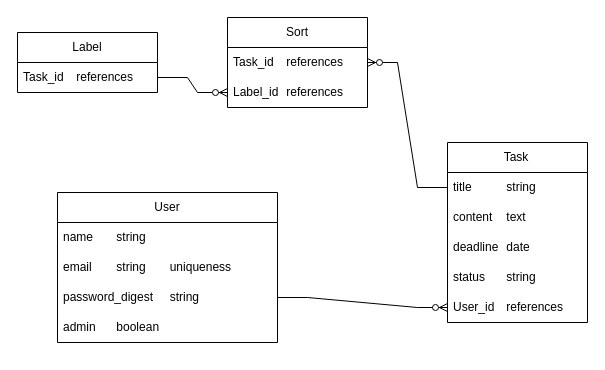
This is docs/manyokadai.drawio from rrkrgft/to_do, a draw.io file, before an edit. Source tidied: cells renumbered, new cells numbered last; positions are measured from the earlier drawing's top-left corner, leaving out a move shared by most shapes. Both pictures are drawn from the tidied source at 100%, with x=0, y=0 at pixel (17, 17).
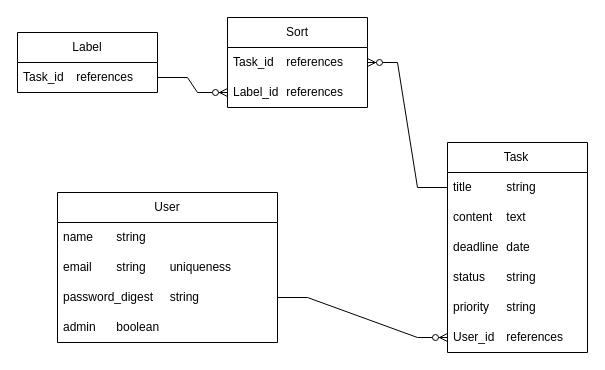
The same diagram, later.

What changed in the source:
```diff
@@
     <mxCell id="7" value="Task&lt;span style=&quot;white-space: pre;&quot;&gt;&#9;&lt;/span&gt;" style="swimlane;fontStyle=0;horizontal=1;startSize=30;whiteSpace=wrap;html=1;" parent="1" vertex="1">
-      <mxGeometry x="430" y="125" width="140" height="180" as="geometry" />
+      <mxGeometry x="430" y="125" width="140" height="210" as="geometry" />
     </mxCell>
@@
+    <mxCell id="21" value="priority&lt;span style=&quot;white-space: pre;&quot;&gt;&#9;&lt;/span&gt;string" style="text;strokeColor=none;fillColor=none;align=left;verticalAlign=middle;spacingLeft=4;spacingRight=4;overflow=hidden;whiteSpace=wrap;html=1;" parent="7" vertex="1">
+      <mxGeometry y="150" width="140" height="30" as="geometry" />
+    </mxCell>
     <mxCell id="12" value="User_id&lt;span style=&quot;white-space: pre;&quot;&gt;&#9;&lt;/span&gt;references" style="text;strokeColor=none;fillColor=none;align=left;verticalAlign=middle;spacingLeft=4;spacingRight=4;overflow=hidden;points=[[0,0.5],[1,0.5]];portConstraint=eastwest;whiteSpace=wrap;html=1;" parent="7" vertex="1">
-      <mxGeometry y="150" width="140" height="30" as="geometry" />
+      <mxGeometry y="180" width="140" height="30" as="geometry" />
     </mxCell>
```
